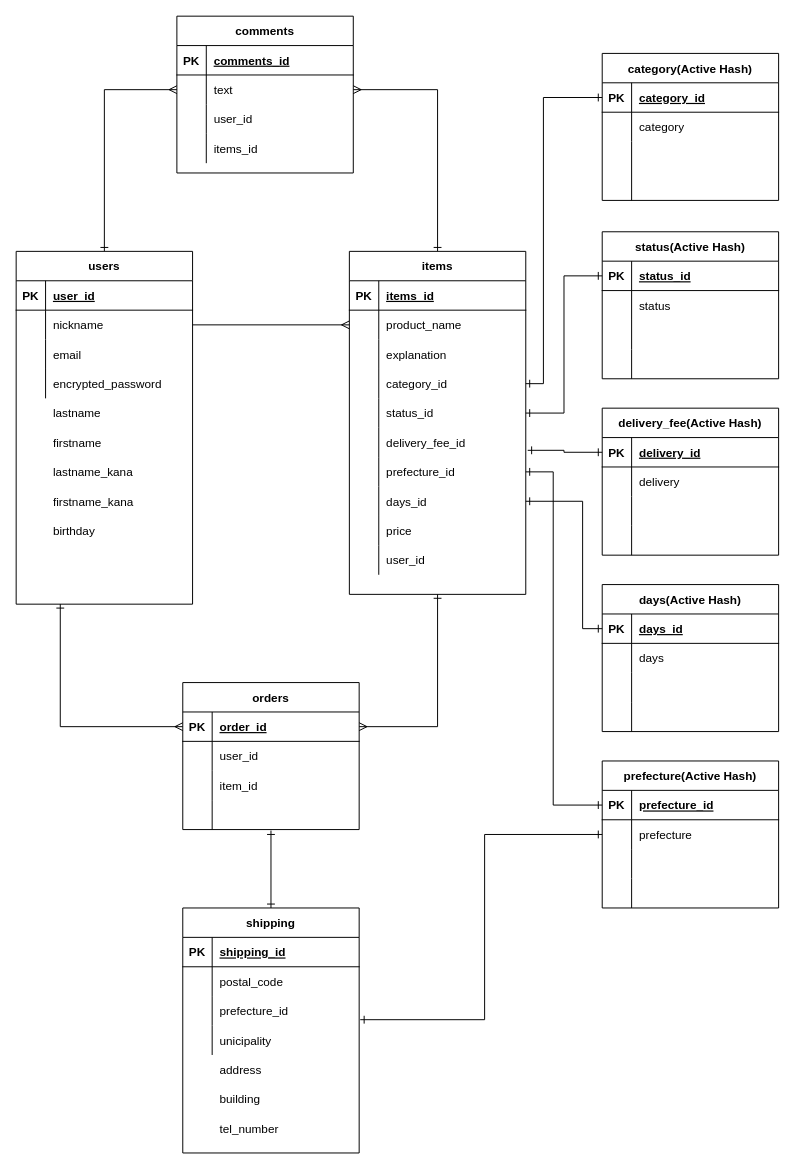
The draw.io diagram er.dio in KengoWakida/furima-35913, before the edit. Source tidied: cells renumbered, new cells numbered last; positions are measured from the earlier drawing's top-left corner, leaving out a move shared by most shapes. Both pictures are drawn from the tidied source at 98%, with x=0, y=0 at pixel (16, 16).
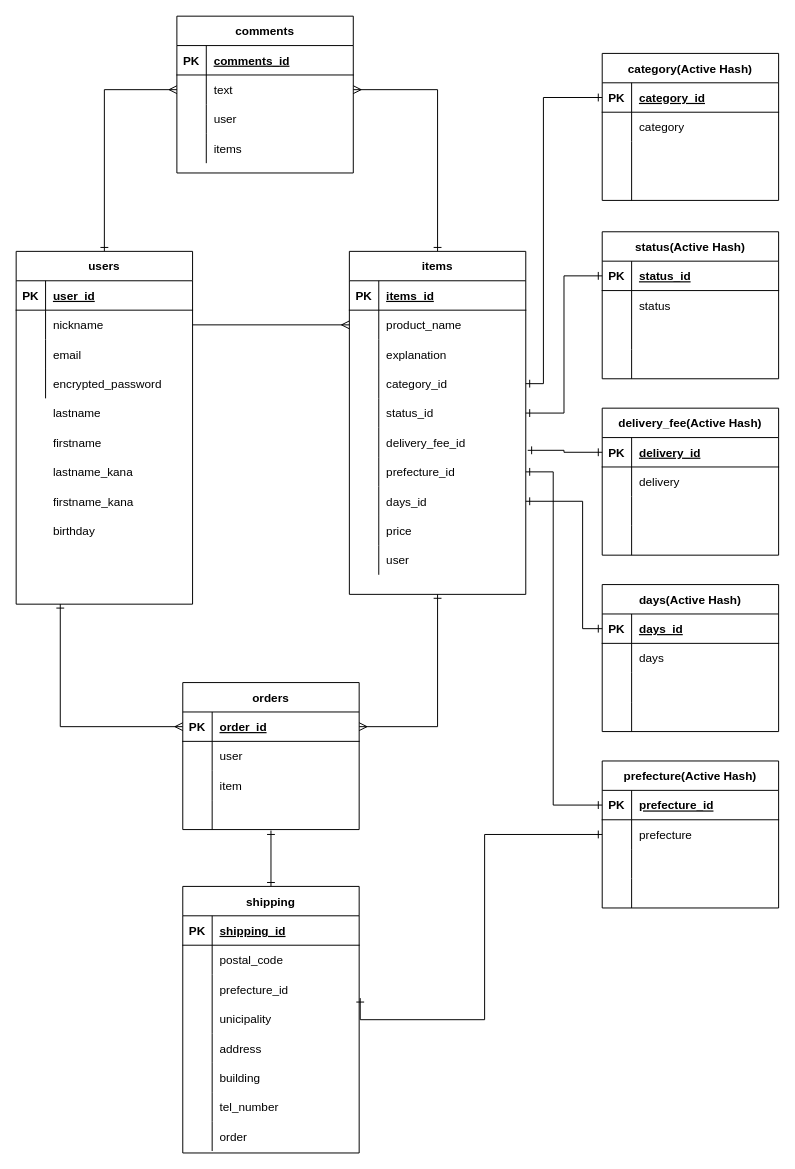
After the change.

The change refers to these unchanged cells:
```xml
<mxCell id="52" style="shape=partialRectangle;fillColor=none;top=0;left=0;bottom=0;right=0;" parent="24" vertex="1">
  <mxGeometry y="300" width="180" height="30" as="geometry" />
</mxCell>
<mxCell id="59" style="shape=partialRectangle;fillColor=none;top=0;left=0;bottom=0;right=0;" parent="55" vertex="1">
  <mxGeometry y="60" width="180" height="30" as="geometry" />
</mxCell>
<mxCell id="62" style="shape=partialRectangle;fillColor=none;top=0;left=0;bottom=0;right=0;" parent="55" vertex="1">
  <mxGeometry y="90" width="180" height="30" as="geometry" />
</mxCell>
<mxCell id="91" style="shape=partialRectangle;fillColor=none;top=0;left=0;bottom=0;right=0;" parent="84" vertex="1">
  <mxGeometry y="90" width="180" height="30" as="geometry" />
</mxCell>
<mxCell id="94" style="shape=partialRectangle;fillColor=none;top=0;left=0;bottom=0;right=0;" parent="84" vertex="1">
  <mxGeometry y="120" width="180" height="30" as="geometry" />
</mxCell>
```

Change to the diagram source:
```diff
@@
-    <mxCell id="54" value="user_id" style="shape=partialRectangle;fillColor=none;top=0;left=0;bottom=0;right=0;align=left;spacingLeft=6;overflow=hidden;" parent="52" vertex="1">
+    <mxCell id="54" value="user" style="shape=partialRectangle;fillColor=none;top=0;left=0;bottom=0;right=0;align=left;spacingLeft=6;overflow=hidden;" parent="52" vertex="1">
       <mxGeometry x="30" width="150" height="30" as="geometry" />
     </mxCell>
@@
-    <mxCell id="61" value="user_id" style="shape=partialRectangle;fillColor=none;top=0;left=0;bottom=0;right=0;align=left;spacingLeft=6;overflow=hidden;" parent="59" vertex="1">
+    <mxCell id="61" value="user" style="shape=partialRectangle;fillColor=none;top=0;left=0;bottom=0;right=0;align=left;spacingLeft=6;overflow=hidden;" parent="59" vertex="1">
       <mxGeometry x="30" width="150" height="30" as="geometry" />
     </mxCell>
@@
-    <mxCell id="64" value="item_id" style="shape=partialRectangle;fillColor=none;top=0;left=0;bottom=0;right=0;align=left;spacingLeft=6;overflow=hidden;" parent="62" vertex="1">
+    <mxCell id="64" value="item" style="shape=partialRectangle;fillColor=none;top=0;left=0;bottom=0;right=0;align=left;spacingLeft=6;overflow=hidden;" parent="62" vertex="1">
       <mxGeometry x="30" width="150" height="30" as="geometry" />
     </mxCell>
@@
     <mxCell id="69" value="shipping" style="shape=table;startSize=30;childLayout=tableLayout;rowLines=0;fontStyle=1;align=center;" parent="1" vertex="1">
-      <mxGeometry x="170" y="910" width="180" height="250" as="geometry" />
+      <mxGeometry x="170" y="888" width="180" height="272" as="geometry" />
     </mxCell>
@@
+    <mxCell id="170" style="shape=partialRectangle;fillColor=none;top=0;left=0;bottom=0;right=0;" parent="69" vertex="1">
+      <mxGeometry y="150" width="180" height="30" as="geometry" />
+    </mxCell>
+    <mxCell id="171" style="shape=partialRectangle;fillColor=none;top=0;left=0;bottom=0;right=0;overflow=hidden;" parent="170" vertex="1">
+      <mxGeometry width="30" height="30" as="geometry" />
+    </mxCell>
+    <mxCell id="98" value="address" style="shape=partialRectangle;fillColor=none;top=0;left=0;bottom=0;right=0;align=left;spacingLeft=6;overflow=hidden;" parent="170" vertex="1">
+      <mxGeometry x="30" width="150" height="30" as="geometry" />
+    </mxCell>
+    <mxCell id="172" style="shape=partialRectangle;fillColor=none;top=0;left=0;bottom=0;right=0;" parent="69" vertex="1">
+      <mxGeometry y="180" width="180" height="30" as="geometry" />
+    </mxCell>
+    <mxCell id="173" style="shape=partialRectangle;fillColor=none;top=0;left=0;bottom=0;right=0;overflow=hidden;" parent="172" vertex="1">
+      <mxGeometry width="30" height="30" as="geometry" />
+    </mxCell>
-    <mxCell id="82" value="building" style="shape=partialRectangle;fillColor=none;top=0;left=0;bottom=0;right=0;align=left;spacingLeft=6;overflow=hidden;" parent="1" vertex="1">
-      <mxGeometry x="200" y="1090" width="150" height="30" as="geometry" />
+    <mxCell id="82" value="building" style="shape=partialRectangle;fillColor=none;top=0;left=0;bottom=0;right=0;align=left;spacingLeft=6;overflow=hidden;" parent="172" vertex="1">
+      <mxGeometry x="30" width="150" height="30" as="geometry" />
     </mxCell>
+    <mxCell id="174" style="shape=partialRectangle;fillColor=none;top=0;left=0;bottom=0;right=0;" parent="69" vertex="1">
+      <mxGeometry y="210" width="180" height="30" as="geometry" />
+    </mxCell>
+    <mxCell id="175" style="shape=partialRectangle;fillColor=none;top=0;left=0;bottom=0;right=0;overflow=hidden;" parent="174" vertex="1">
+      <mxGeometry width="30" height="30" as="geometry" />
+    </mxCell>
-    <mxCell id="83" value="tel_number" style="shape=partialRectangle;fillColor=none;top=0;left=0;bottom=0;right=0;align=left;spacingLeft=6;overflow=hidden;" parent="1" vertex="1">
-      <mxGeometry x="200" y="1120" width="150" height="30" as="geometry" />
+    <mxCell id="83" value="tel_number" style="shape=partialRectangle;fillColor=none;top=0;left=0;bottom=0;right=0;align=left;spacingLeft=6;overflow=hidden;" parent="174" vertex="1">
+      <mxGeometry x="30" width="150" height="30" as="geometry" />
     </mxCell>
+    <mxCell id="176" style="shape=partialRectangle;fillColor=none;top=0;left=0;bottom=0;right=0;" parent="69" vertex="1">
+      <mxGeometry y="240" width="180" height="30" as="geometry" />
+    </mxCell>
+    <mxCell id="177" style="shape=partialRectangle;fillColor=none;top=0;left=0;bottom=0;right=0;overflow=hidden;" parent="176" vertex="1">
+      <mxGeometry width="30" height="30" as="geometry" />
+    </mxCell>
+    <mxCell id="178" value="order" style="shape=partialRectangle;fillColor=none;top=0;left=0;bottom=0;right=0;align=left;spacingLeft=6;overflow=hidden;" parent="176" vertex="1">
+      <mxGeometry x="30" width="150" height="30" as="geometry" />
+    </mxCell>
@@
-    <mxCell id="93" value="user_id" style="shape=partialRectangle;fillColor=none;top=0;left=0;bottom=0;right=0;align=left;spacingLeft=6;overflow=hidden;" parent="91" vertex="1">
+    <mxCell id="93" value="user" style="shape=partialRectangle;fillColor=none;top=0;left=0;bottom=0;right=0;align=left;spacingLeft=6;overflow=hidden;" parent="91" vertex="1">
       <mxGeometry x="30" width="150" height="30" as="geometry" />
     </mxCell>
@@
-    <mxCell id="96" value="items_id" style="shape=partialRectangle;fillColor=none;top=0;left=0;bottom=0;right=0;align=left;spacingLeft=6;overflow=hidden;" parent="94" vertex="1">
+    <mxCell id="96" value="items" style="shape=partialRectangle;fillColor=none;top=0;left=0;bottom=0;right=0;align=left;spacingLeft=6;overflow=hidden;" parent="94" vertex="1">
       <mxGeometry x="30" width="150" height="30" as="geometry" />
     </mxCell>
@@
-    <mxCell id="98" value="address" style="shape=partialRectangle;fillColor=none;top=0;left=0;bottom=0;right=0;align=left;spacingLeft=6;overflow=hidden;" parent="1" vertex="1">
-      <mxGeometry x="200" y="1060" width="150" height="30" as="geometry" />
-    </mxCell>
```
